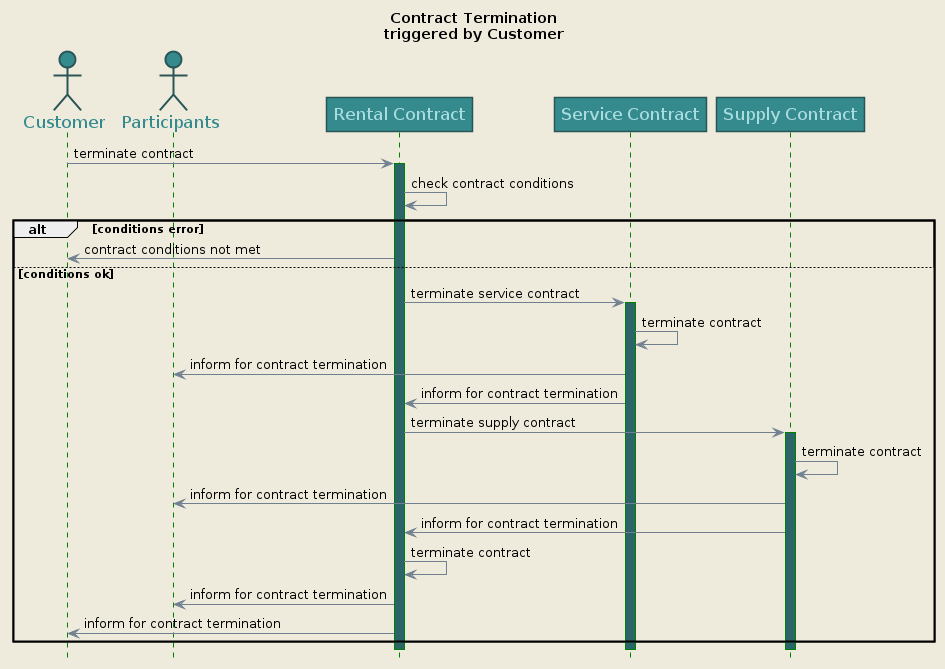
Before: iot-usecase/uml/UML_SEQ_Contract Termination.png, a diagram exported from PlantUML (sebastian-kanz/thesis).
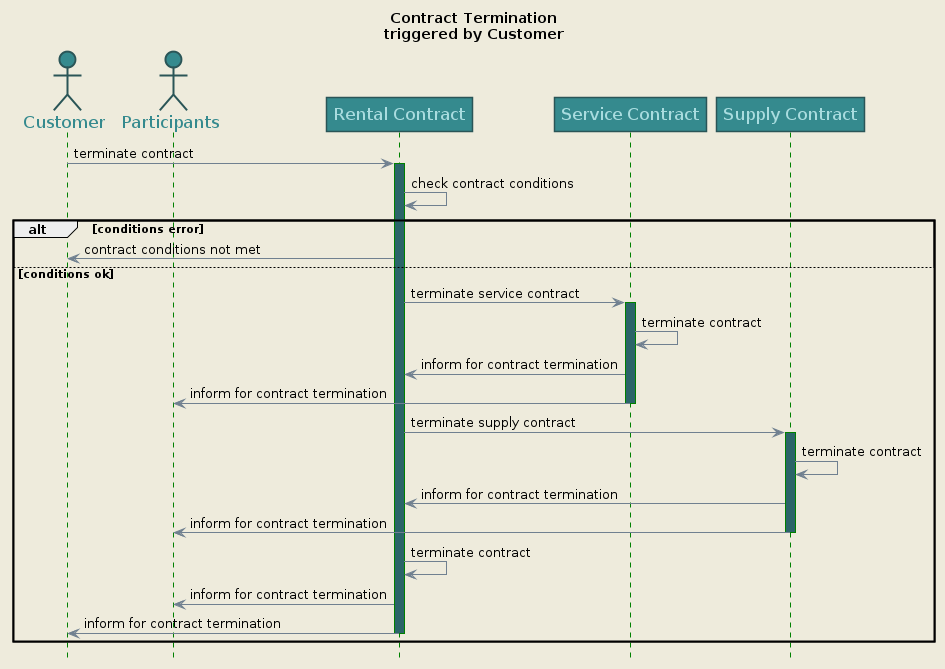
After the commit.

The edit, as a diff of the source:
```diff
@@ -39,16 +39,19 @@
 A -> B: terminate service contract
 activate B
 B -> B: terminate contract
+B -> A: inform for contract termination
 B -> Participants: inform for contract termination
-B -> A: inform for contract termination
+deactivate B
 A -> C: terminate supply contract
 activate C
 C -> C: terminate contract
+C -> A: inform for contract termination
 C -> Participants: inform for contract termination
-C -> A: inform for contract termination
+deactivate C
 
 A -> A: terminate contract
 A -> Participants: inform for contract termination
 A -> Customer: inform for contract termination
+deactivate A
 end
 @enduml
```
